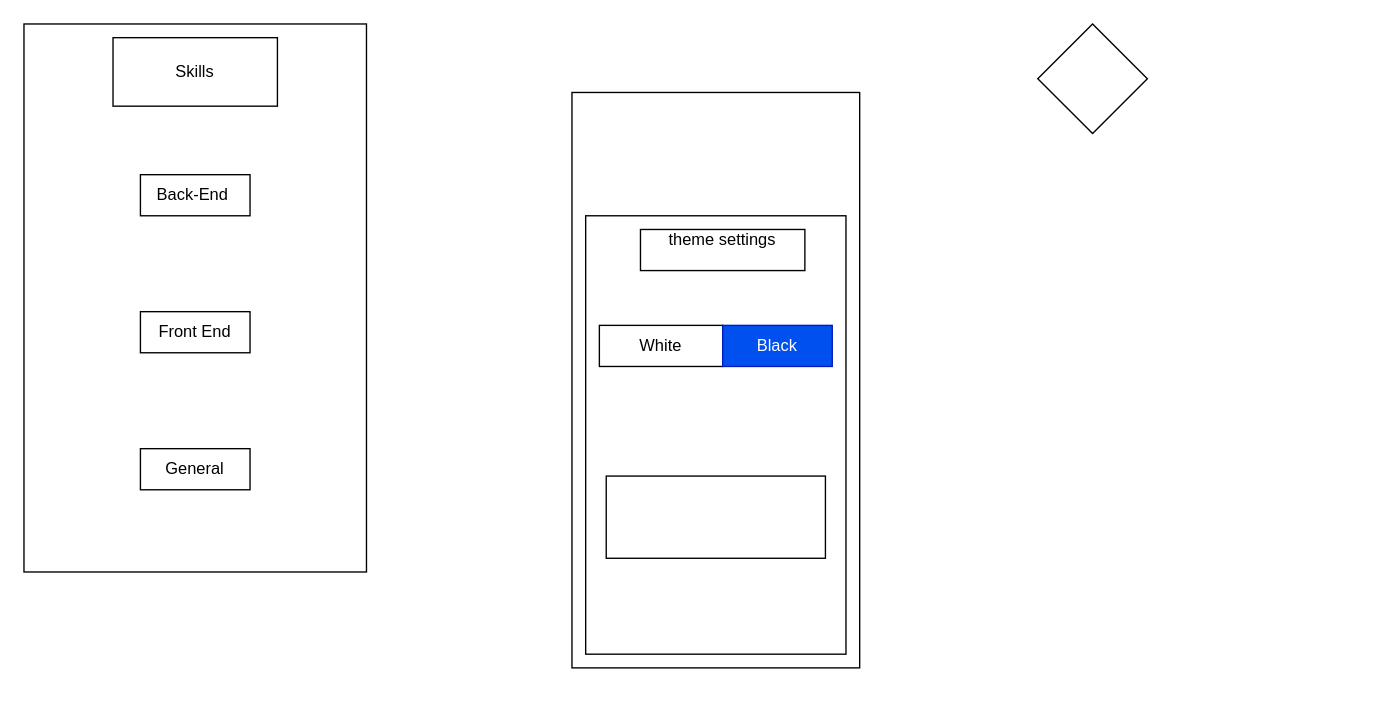
YeziTechie/portfolio keeps this draw.io diagram as draw.drawio. Above is the earlier version. Source tidied: cells renumbered, new cells numbered last; positions are measured from the earlier drawing's top-left corner, leaving out a move shared by most shapes. Both pictures are drawn from the tidied source at 137%, with x=0, y=0 at pixel (23, 23).
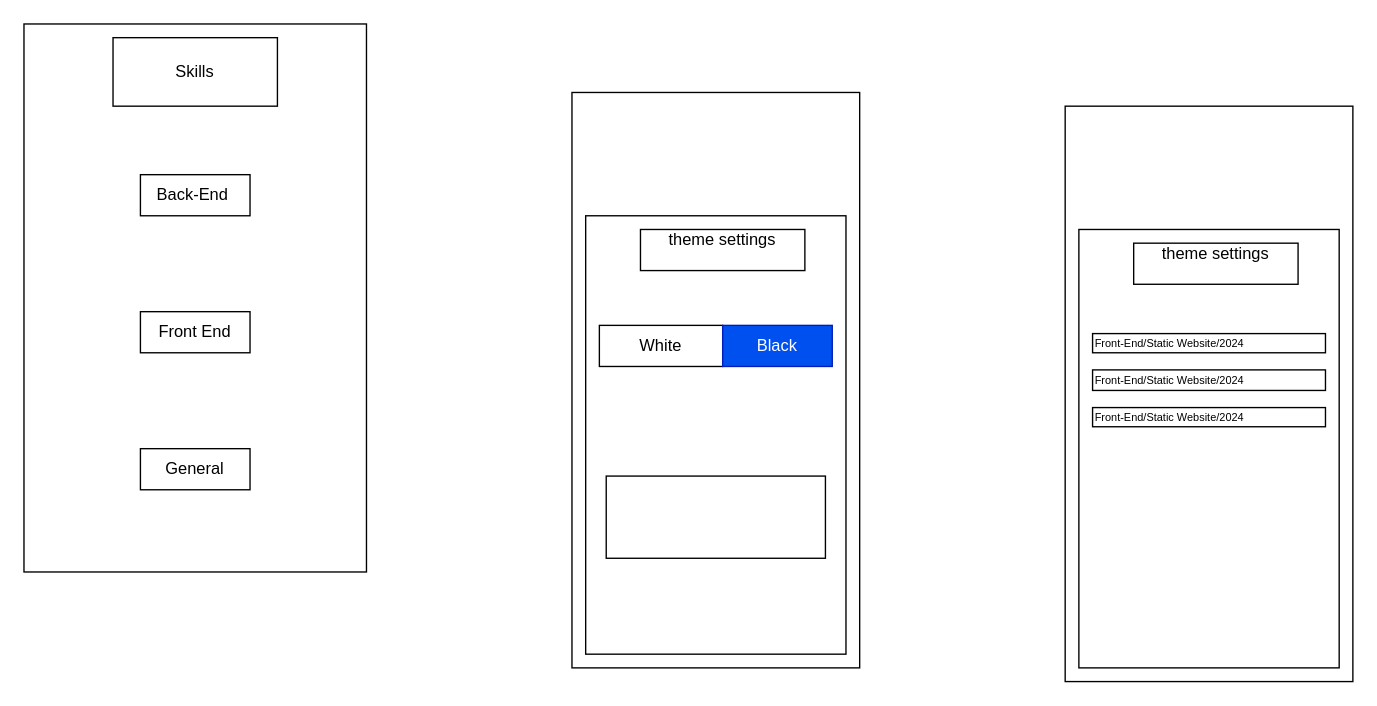
Above is the later version.

Diff of the diagram source:
```diff
@@
 <mxGraphModel>
   <root>
     <mxCell id="0" />
     <mxCell id="1" parent="0" />
     <mxCell id="2" style="rounded=0;whiteSpace=wrap;html=1;" parent="1" vertex="1">
       <mxGeometry width="250" height="400" as="geometry" />
     </mxCell>
     <mxCell id="3" value="Skills" style="rounded=0;whiteSpace=wrap;html=1;" parent="1" vertex="1">
       <mxGeometry x="65" y="10" width="120" height="50" as="geometry" />
     </mxCell>
     <mxCell id="4" value="Back-End&amp;nbsp;" style="rounded=0;whiteSpace=wrap;html=1;" parent="1" vertex="1">
       <mxGeometry x="85" y="110" width="80" height="30" as="geometry" />
     </mxCell>
     <mxCell id="5" value="Front End" style="rounded=0;whiteSpace=wrap;html=1;" parent="1" vertex="1">
       <mxGeometry x="85" y="210" width="80" height="30" as="geometry" />
     </mxCell>
     <mxCell id="6" value="General" style="rounded=0;whiteSpace=wrap;html=1;" parent="1" vertex="1">
       <mxGeometry x="85" y="310" width="80" height="30" as="geometry" />
     </mxCell>
     <mxCell id="7" style="rounded=0;whiteSpace=wrap;html=1;" parent="1" vertex="1">
       <mxGeometry x="400" y="50" width="210" height="420" as="geometry" />
     </mxCell>
     <mxCell id="8" style="rounded=0;whiteSpace=wrap;html=1;" parent="1" vertex="1">
       <mxGeometry x="410" y="140" width="190" height="320" as="geometry" />
     </mxCell>
     <mxCell id="9" value="theme settings&lt;div&gt;&lt;br&gt;&lt;/div&gt;" style="rounded=0;whiteSpace=wrap;html=1;" parent="1" vertex="1">
       <mxGeometry x="450" y="150" width="120" height="30" as="geometry" />
     </mxCell>
     <mxCell id="10" value="White" style="rounded=0;whiteSpace=wrap;html=1;" parent="1" vertex="1">
       <mxGeometry x="420" y="220" width="90" height="30" as="geometry" />
     </mxCell>
     <mxCell id="11" value="Black" style="rounded=0;whiteSpace=wrap;html=1;fillColor=light-dark(#0050EF,#FFFFFF);fontColor=#ffffff;strokeColor=#001DBC;" parent="1" vertex="1">
       <mxGeometry x="510" y="220" width="80" height="30" as="geometry" />
     </mxCell>
-    <mxCell id="12" style="rhombus;whiteSpace=wrap;html=1;direction=south;" parent="1" vertex="1">
-      <mxGeometry x="740" width="80" height="80" as="geometry" />
-    </mxCell>
     <mxCell id="13" style="rounded=0;whiteSpace=wrap;html=1;" parent="1" vertex="1">
       <mxGeometry x="425" y="330" width="160" height="60" as="geometry" />
     </mxCell>
+    <mxCell id="14" style="rounded=0;whiteSpace=wrap;html=1;" parent="1" vertex="1">
+      <mxGeometry x="760" y="60" width="210" height="420" as="geometry" />
+    </mxCell>
+    <mxCell id="15" style="rounded=0;whiteSpace=wrap;html=1;" parent="1" vertex="1">
+      <mxGeometry x="770" y="150" width="190" height="320" as="geometry" />
+    </mxCell>
+    <mxCell id="16" value="theme settings&lt;div&gt;&lt;br&gt;&lt;/div&gt;" style="rounded=0;whiteSpace=wrap;html=1;" parent="1" vertex="1">
+      <mxGeometry x="810" y="160" width="120" height="30" as="geometry" />
+    </mxCell>
+    <mxCell id="17" value="Front-End/Static Website/2024" style="rounded=0;whiteSpace=wrap;html=1;fontSize=8;align=left;" parent="1" vertex="1">
+      <mxGeometry x="780" y="226" width="170" height="14" as="geometry" />
+    </mxCell>
+    <mxCell id="18" value="Front-End/Static Website/2024" style="rounded=0;whiteSpace=wrap;html=1;fontSize=8;align=left;" parent="1" vertex="1">
+      <mxGeometry x="780" y="252.5" width="170" height="15" as="geometry" />
+    </mxCell>
+    <mxCell id="19" value="Front-End/Static Website/2024" style="rounded=0;whiteSpace=wrap;html=1;fontSize=8;align=left;" parent="1" vertex="1">
+      <mxGeometry x="780" y="280" width="170" height="14" as="geometry" />
+    </mxCell>
   </root>
 </mxGraphModel>
```
